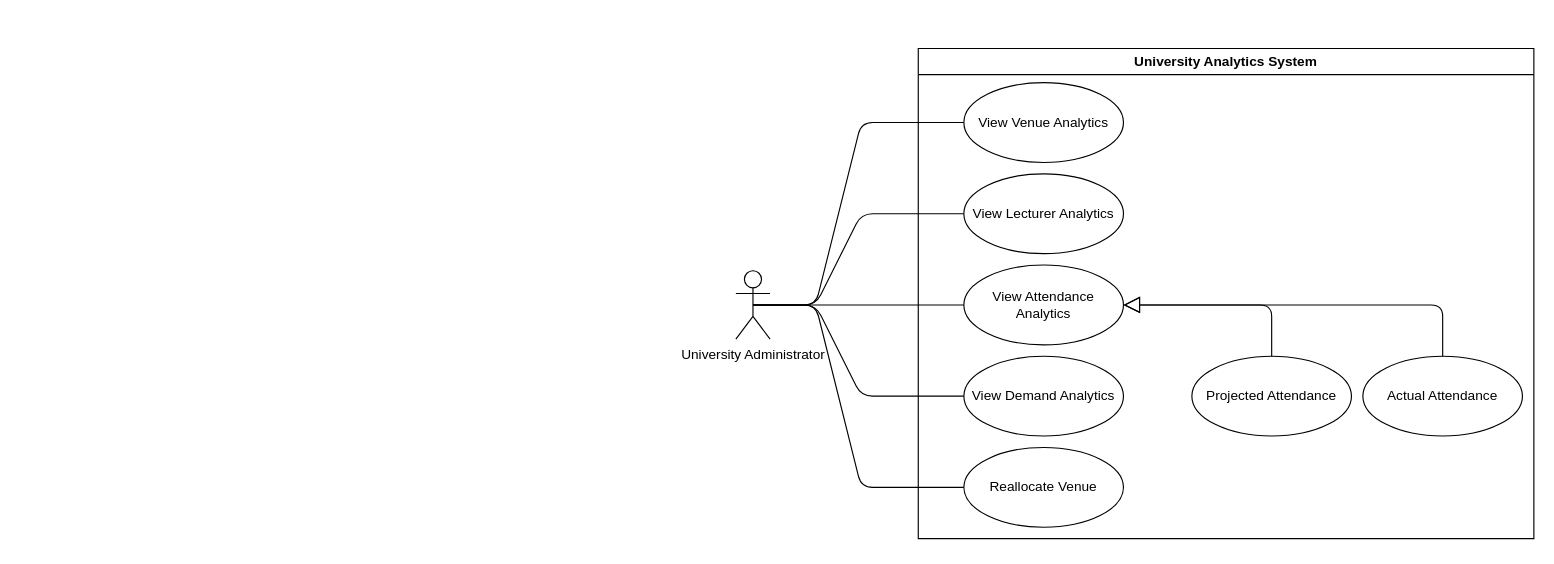
Before: page "Analytics_Dashboard" (8 of 16) of dev/diagrams/requirements/Requirements.drawio in COS301-SE-2026/UMTAS, a draw.io diagram. Source tidied: cells renumbered, new cells numbered last; positions are measured from the earlier drawing's top-left corner, leaving out a move shared by most shapes. Both pictures are drawn from the tidied source at 114%, with x=0, y=0 at pixel (735, 48).
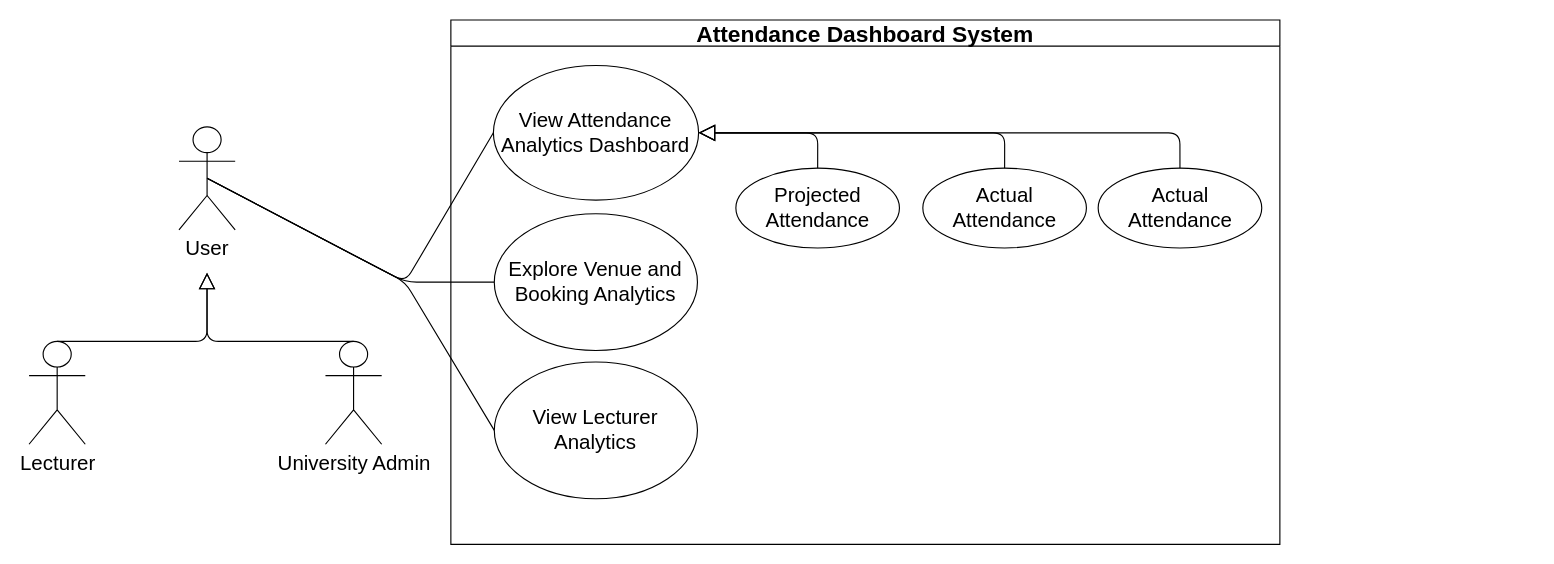
After the change.

Change to the diagram source:
```diff
@@
-    <mxCell id="2" style="group;" parent="1" vertex="1">
-      <mxGeometry x="50" width="650" height="430" as="geometry" />
-    </mxCell>
-    <mxCell id="3" value="University Analytics System" style="swimlane;whiteSpace=wrap;html=1;startSize=23;" parent="2" vertex="1">
-      <mxGeometry x="110" width="540" height="430" as="geometry" />
-    </mxCell>
-    <mxCell id="4" value="View Venue Analytics" style="ellipse;whiteSpace=wrap;html=1;" parent="3" vertex="1">
-      <mxGeometry x="40" y="30" width="140" height="70" as="geometry" />
-    </mxCell>
-    <mxCell id="5" value="Reallocate Venue" style="ellipse;whiteSpace=wrap;html=1;" parent="3" vertex="1">
-      <mxGeometry x="40" y="350" width="140" height="70" as="geometry" />
-    </mxCell>
-    <mxCell id="6" value="View Demand Analytics" style="ellipse;whiteSpace=wrap;html=1;" parent="3" vertex="1">
-      <mxGeometry x="40" y="270" width="140" height="70" as="geometry" />
-    </mxCell>
-    <mxCell id="7" value="Projected Attendance" style="ellipse;whiteSpace=wrap;html=1;" parent="3" vertex="1">
-      <mxGeometry x="240" y="270" width="140" height="70" as="geometry" />
-    </mxCell>
-    <mxCell id="8" value="Actual Attendance" style="ellipse;whiteSpace=wrap;html=1;" parent="3" vertex="1">
-      <mxGeometry x="390" y="270" width="140" height="70" as="geometry" />
-    </mxCell>
-    <mxCell id="9" value="View Attendance Analytics" style="ellipse;whiteSpace=wrap;html=1;" parent="3" vertex="1">
-      <mxGeometry x="40" y="190" width="140" height="70" as="geometry" />
-    </mxCell>
-    <mxCell id="10" value="View Lecturer Analytics" style="ellipse;whiteSpace=wrap;html=1;" parent="3" vertex="1">
-      <mxGeometry x="40" y="110" width="140" height="70" as="geometry" />
-    </mxCell>
-    <mxCell id="11" style="edgeStyle=orthogonalEdgeStyle;html=1;endSize=12;endArrow=block;endFill=0;exitX=0.5;exitY=0;exitDx=0;exitDy=0;entryX=1;entryY=0.5;entryDx=0;entryDy=0;" parent="3" edge="1" source="7" target="9">
-      <mxGeometry relative="1" as="geometry" />
-    </mxCell>
-    <mxCell id="12" style="edgeStyle=orthogonalEdgeStyle;html=1;endSize=12;endArrow=block;endFill=0;exitX=0.5;exitY=0;exitDx=0;exitDy=0;entryX=1;entryY=0.5;entryDx=0;entryDy=0;" parent="3" edge="1" source="8" target="9">
-      <mxGeometry relative="1" as="geometry" />
-    </mxCell>
-    <mxCell id="13" value="University Administrator" style="shape=umlActor;verticalLabelPosition=bottom;verticalAlign=top;html=1;outlineConnect=0;" parent="1" vertex="1">
-      <mxGeometry y="195" width="30" height="60" as="geometry" />
-    </mxCell>
-    <mxCell id="14" style="endArrow=none;html=1;exitX=0.5;exitY=0.5;exitDx=0;exitDy=0;exitPerimeter=0;entryX=0;entryY=0.5;entryDx=0;entryDy=0;" parent="1" edge="1" source="13" target="5">
-      <mxGeometry relative="1" as="geometry">
-        <Array as="points">
-          <mxPoint x="70" y="225" />
-          <mxPoint x="110" y="385" />
-        </Array>
-      </mxGeometry>
-    </mxCell>
+    <mxCell id="19" style="group;" parent="1" vertex="1">
+      <mxGeometry x="-620" y="-25" width="1097.2" height="460" as="geometry" />
+    </mxCell>
-    <mxCell id="15" style="endArrow=none;html=1;exitX=0.5;exitY=0.5;exitDx=0;exitDy=0;exitPerimeter=0;entryX=0;entryY=0.5;entryDx=0;entryDy=0;" parent="1" edge="1" source="13" target="10">
+    <mxCell id="15" style="endArrow=none;html=1;exitX=0.5;exitY=0.5;exitDx=0;exitDy=0;exitPerimeter=0;entryX=0;entryY=0.5;entryDx=0;entryDy=0;" parent="19" edge="1" source="20" target="10">
       <mxGeometry relative="1" as="geometry">
         <Array as="points">
-          <mxPoint x="70" y="225" />
-          <mxPoint x="110" y="145" />
+          <mxPoint x="330" y="230" />
         </Array>
       </mxGeometry>
     </mxCell>
-    <mxCell id="16" style="endArrow=none;html=1;exitX=0.5;exitY=0.5;exitDx=0;exitDy=0;exitPerimeter=0;entryX=0;entryY=0.5;entryDx=0;entryDy=0;" parent="1" edge="1" source="13" target="4">
+    <mxCell id="16" style="endArrow=none;html=1;exitX=0.5;exitY=0.5;exitDx=0;exitDy=0;exitPerimeter=0;entryX=0;entryY=0.5;entryDx=0;entryDy=0;" parent="19" edge="1" source="20" target="4">
       <mxGeometry relative="1" as="geometry">
         <Array as="points">
-          <mxPoint x="70" y="225" />
-          <mxPoint x="110" y="65" />
+          <mxPoint x="330" y="230" />
         </Array>
       </mxGeometry>
     </mxCell>
-    <mxCell id="17" style="endArrow=none;html=1;exitX=0.5;exitY=0.5;exitDx=0;exitDy=0;exitPerimeter=0;entryX=0;entryY=0.5;entryDx=0;entryDy=0;" parent="1" edge="1" source="13" target="9">
-      <mxGeometry relative="1" as="geometry" />
+    <mxCell id="17" style="endArrow=none;html=1;exitX=0.5;exitY=0.5;exitDx=0;exitDy=0;exitPerimeter=0;entryX=0;entryY=0.5;entryDx=0;entryDy=0;" parent="19" edge="1" source="20" target="9">
+      <mxGeometry relative="1" as="geometry">
+        <Array as="points">
+          <mxPoint x="330" y="230" />
+        </Array>
+      </mxGeometry>
     </mxCell>
-    <mxCell id="18" style="endArrow=none;html=1;exitX=0.5;exitY=0.5;exitDx=0;exitDy=0;exitPerimeter=0;entryX=0;entryY=0.5;entryDx=0;entryDy=0;" parent="1" edge="1" source="13" target="6">
-      <mxGeometry relative="1" as="geometry">
-        <Array as="points">
-          <mxPoint x="70" y="225" />
-          <mxPoint x="110" y="305" />
-        </Array>
-      </mxGeometry>
-    </mxCell>
+    <mxCell id="20" value="&lt;font style=&quot;font-size: 18px;&quot;&gt;User&lt;/font&gt;" style="shape=umlActor;verticalLabelPosition=bottom;verticalAlign=top;html=1;outlineConnect=0;" parent="19" vertex="1">
+      <mxGeometry x="131.5" y="93.8" width="49.3" height="90.3" as="geometry" />
+    </mxCell>
+    <mxCell id="21" value="&lt;font style=&quot;font-size: 18px;&quot;&gt;Lecturer&lt;/font&gt;" style="shape=umlActor;verticalLabelPosition=bottom;verticalAlign=top;html=1;outlineConnect=0;" parent="19" vertex="1">
+      <mxGeometry y="281.9" width="49.3" height="90.3" as="geometry" />
+    </mxCell>
+    <mxCell id="22" value="&lt;font style=&quot;font-size: 18px;&quot;&gt;University Admin&lt;/font&gt;" style="shape=umlActor;verticalLabelPosition=bottom;verticalAlign=top;html=1;outlineConnect=0;" parent="19" vertex="1">
+      <mxGeometry x="260" y="281.9" width="49.3" height="90.3" as="geometry" />
+    </mxCell>
+    <mxCell id="23" style="edgeStyle=none;html=1;endSize=12;endArrow=block;endFill=0;exitX=0.5;exitY=0;exitDx=0;exitDy=0;exitPerimeter=0;" parent="19" edge="1" source="21">
+      <mxGeometry relative="1" as="geometry">
+        <mxPoint x="156.1" y="221.7" as="targetPoint" />
+        <Array as="points">
+          <mxPoint x="156.1" y="281.9" />
+        </Array>
+      </mxGeometry>
+    </mxCell>
+    <mxCell id="24" style="edgeStyle=none;html=1;endSize=12;endArrow=block;endFill=0;exitX=0.5;exitY=0;exitDx=0;exitDy=0;exitPerimeter=0;" parent="19" edge="1" source="22">
+      <mxGeometry relative="1" as="geometry">
+        <mxPoint x="156.1" y="221.7" as="targetPoint" />
+        <Array as="points">
+          <mxPoint x="156.1" y="281.9" />
+        </Array>
+      </mxGeometry>
+    </mxCell>
+    <mxCell id="3" value="&lt;font style=&quot;font-size: 20px;&quot;&gt;Attendance Dashboard System&lt;/font&gt;" style="swimlane;whiteSpace=wrap;html=1;startSize=23;" parent="19" vertex="1">
+      <mxGeometry x="370" width="727.2" height="460" as="geometry" />
+    </mxCell>
+    <mxCell id="4" value="&lt;font style=&quot;font-size: 18px;&quot;&gt;View Attendance Analytics Dashboard&lt;/font&gt;" style="ellipse;whiteSpace=wrap;html=1;" parent="3" vertex="1">
+      <mxGeometry x="37.3" y="40" width="180" height="118" as="geometry" />
+    </mxCell>
+    <mxCell id="10" value="&lt;font style=&quot;font-size: 18px;&quot;&gt;Explore Venue and Booking Analytics&lt;/font&gt;" style="ellipse;whiteSpace=wrap;html=1;" parent="3" vertex="1">
+      <mxGeometry x="38.1" y="170" width="178.2" height="120" as="geometry" />
+    </mxCell>
+    <mxCell id="9" value="&lt;font style=&quot;font-size: 18px;&quot;&gt;View Lecturer Analytics&lt;/font&gt;" style="ellipse;whiteSpace=wrap;html=1;" parent="3" vertex="1">
+      <mxGeometry x="38.1" y="300" width="178.2" height="120" as="geometry" />
+    </mxCell>
+    <mxCell id="7" value="&lt;font style=&quot;font-size: 18px;&quot;&gt;Projected Attendance&lt;/font&gt;" style="ellipse;whiteSpace=wrap;html=1;" parent="3" vertex="1">
+      <mxGeometry x="250" y="130" width="143.5" height="70" as="geometry" />
+    </mxCell>
+    <mxCell id="8" value="&lt;font style=&quot;font-size: 18px;&quot;&gt;Actual Attendance&lt;/font&gt;" style="ellipse;whiteSpace=wrap;html=1;" parent="3" vertex="1">
+      <mxGeometry x="414" y="130" width="143.5" height="70" as="geometry" />
+    </mxCell>
+    <mxCell id="25" value="&lt;font style=&quot;font-size: 18px;&quot;&gt;Actual Attendance&lt;/font&gt;" style="ellipse;whiteSpace=wrap;html=1;" parent="3" vertex="1">
+      <mxGeometry x="567.8" y="130" width="143.5" height="70" as="geometry" />
+    </mxCell>
+    <mxCell id="11" style="edgeStyle=orthogonalEdgeStyle;html=1;endSize=12;endArrow=block;endFill=0;exitX=0.5;exitY=0;exitDx=0;exitDy=0;entryX=1;entryY=0.5;entryDx=0;entryDy=0;" parent="3" edge="1" source="7" target="4">
+      <mxGeometry relative="1" as="geometry" />
+    </mxCell>
+    <mxCell id="12" style="edgeStyle=orthogonalEdgeStyle;html=1;endSize=12;endArrow=block;endFill=0;exitX=0.5;exitY=0;exitDx=0;exitDy=0;entryX=1;entryY=0.5;entryDx=0;entryDy=0;" parent="3" edge="1" source="8" target="4">
+      <mxGeometry relative="1" as="geometry" />
+    </mxCell>
+    <mxCell id="26" style="edgeStyle=orthogonalEdgeStyle;html=1;endSize=12;endArrow=block;endFill=0;exitX=0.5;exitY=0;exitDx=0;exitDy=0;entryX=1;entryY=0.5;entryDx=0;entryDy=0;" parent="3" edge="1" source="25" target="4">
+      <mxGeometry relative="1" as="geometry" />
+    </mxCell>
```
